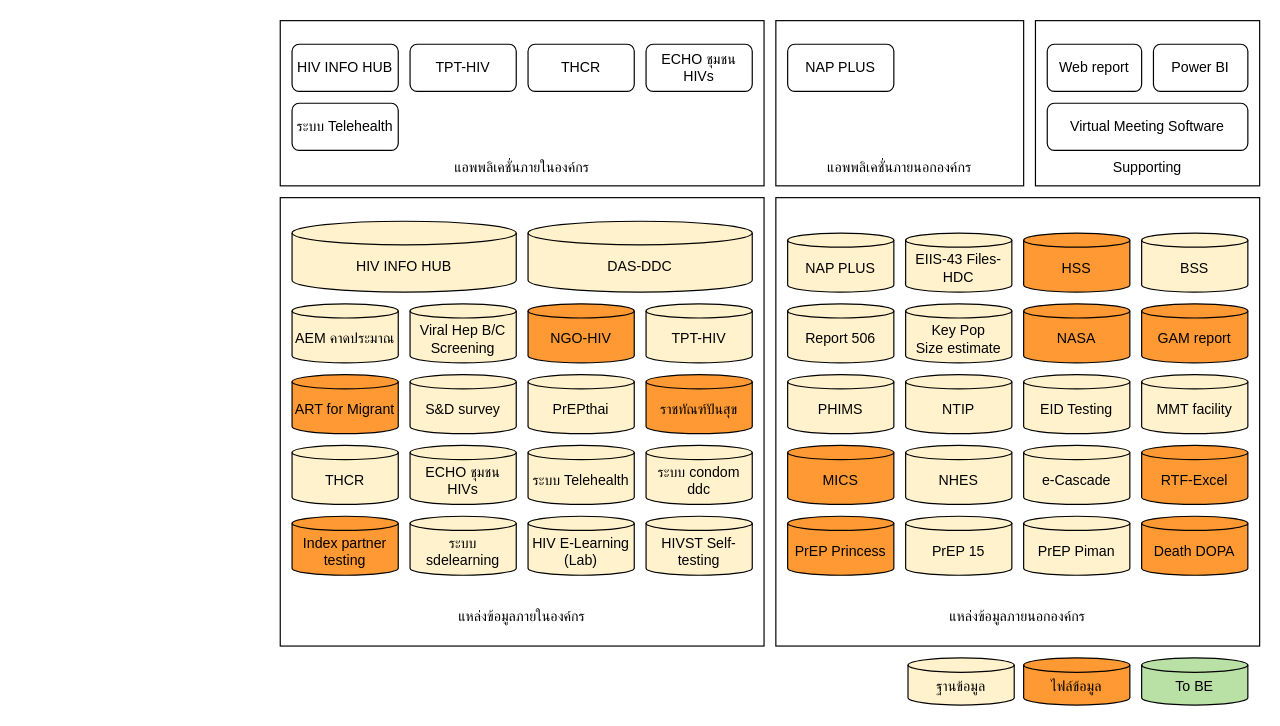
Earlier version of the draw.io diagram page "G-Care" (5 of 6) of HIVs STIs Diagram.drawio (anun311/regist). Source tidied: cells renumbered, new cells numbered last; positions are measured from the earlier drawing's top-left corner, leaving out a move shared by most shapes. Both pictures are drawn from the tidied source at 118%, with x=0, y=0 at pixel (280, 20).
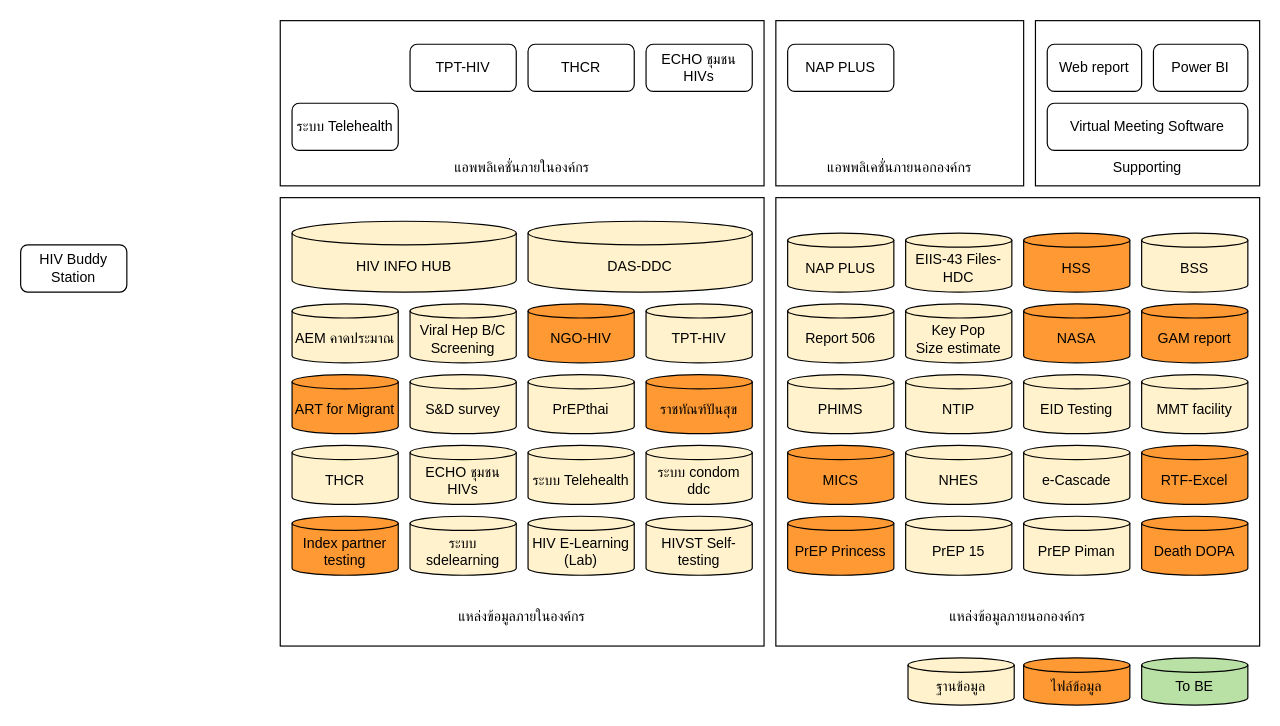
The same diagram, later.

What changed in the source:
```diff
@@
-    <mxCell id="20" value="HIV INFO HUB" style="rounded=1;whiteSpace=wrap;html=1;" parent="1" vertex="1">
-      <mxGeometry x="10" y="20" width="90" height="40" as="geometry" />
-    </mxCell>
@@
+    <mxCell id="62" value="HIV Buddy Station" style="rounded=1;whiteSpace=wrap;html=1;" parent="1" vertex="1">
+      <mxGeometry x="-220" y="190" width="90" height="40" as="geometry" />
+    </mxCell>
```
